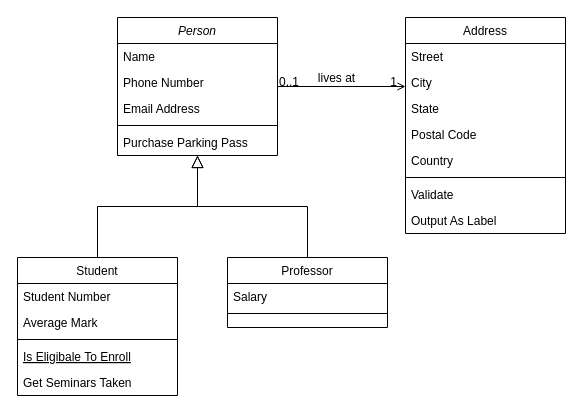
Earlier version of the draw.io diagram bank class .drawio (abdullahkbc/Python-Examples). Source tidied: cells renumbered, new cells numbered last; positions are measured from the earlier drawing's top-left corner, leaving out a move shared by most shapes. Both pictures are drawn from the tidied source at 100%, with x=0, y=0 at pixel (17, 17).
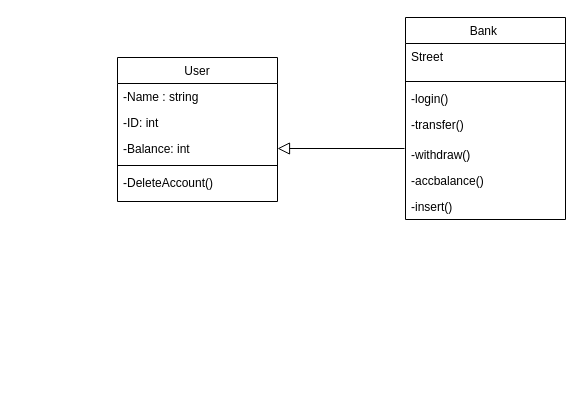
Above is the later version.

Change to the diagram source:
```diff
@@
-    <mxCell id="2" value="Person" style="swimlane;fontStyle=2;align=center;verticalAlign=top;horizontal=1;startSize=26;rounded=0;shadow=0;strokeWidth=1;" parent="1" vertex="1">
-      <mxGeometry x="100" width="160" height="138" as="geometry" />
+    <mxCell id="2" value="User" style="swimlane;fontStyle=0;align=center;verticalAlign=top;horizontal=1;startSize=26;rounded=0;shadow=0;strokeWidth=1;" parent="1" vertex="1">
+      <mxGeometry x="100" y="40" width="160" height="144" as="geometry" />
     </mxCell>
-    <mxCell id="3" value="Name" style="text;align=left;verticalAlign=top;spacingLeft=4;spacingRight=4;overflow=hidden;" parent="2" vertex="1">
+    <mxCell id="3" value="-Name : string" style="text;align=left;verticalAlign=top;spacingLeft=4;spacingRight=4;overflow=hidden;" parent="2" vertex="1">
       <mxGeometry y="26" width="160" height="26" as="geometry" />
     </mxCell>
-    <mxCell id="4" value="Phone Number" style="text;align=left;verticalAlign=top;spacingLeft=4;spacingRight=4;overflow=hidden;rounded=0;shadow=0;html=0;" parent="2" vertex="1">
+    <mxCell id="4" value="-ID: int " style="text;align=left;verticalAlign=top;spacingLeft=4;spacingRight=4;overflow=hidden;rounded=0;shadow=0;html=0;" parent="2" vertex="1">
       <mxGeometry y="52" width="160" height="26" as="geometry" />
     </mxCell>
-    <mxCell id="5" value="Email Address" style="text;align=left;verticalAlign=top;spacingLeft=4;spacingRight=4;overflow=hidden;rounded=0;shadow=0;html=0;" parent="2" vertex="1">
+    <mxCell id="5" value="-Balance: int" style="text;align=left;verticalAlign=top;spacingLeft=4;spacingRight=4;overflow=hidden;rounded=0;shadow=0;html=0;" parent="2" vertex="1">
       <mxGeometry y="78" width="160" height="26" as="geometry" />
     </mxCell>
@@
-    <mxCell id="7" value="Purchase Parking Pass" style="text;align=left;verticalAlign=top;spacingLeft=4;spacingRight=4;overflow=hidden;" parent="2" vertex="1">
+    <mxCell id="7" value="-DeleteAccount()" style="text;align=left;verticalAlign=top;spacingLeft=4;spacingRight=4;overflow=hidden;" parent="2" vertex="1">
       <mxGeometry y="112" width="160" height="26" as="geometry" />
     </mxCell>
-    <mxCell id="8" value="Student" style="swimlane;fontStyle=0;align=center;verticalAlign=top;horizontal=1;startSize=26;rounded=0;shadow=0;strokeWidth=1;" parent="1" vertex="1">
-      <mxGeometry y="240" width="160" height="138" as="geometry" />
-    </mxCell>
-    <mxCell id="9" value="Student Number" style="text;align=left;verticalAlign=top;spacingLeft=4;spacingRight=4;overflow=hidden;" parent="8" vertex="1">
-      <mxGeometry y="26" width="160" height="26" as="geometry" />
-    </mxCell>
-    <mxCell id="10" value="Average Mark" style="text;align=left;verticalAlign=top;spacingLeft=4;spacingRight=4;overflow=hidden;rounded=0;shadow=0;html=0;" parent="8" vertex="1">
-      <mxGeometry y="52" width="160" height="26" as="geometry" />
-    </mxCell>
-    <mxCell id="11" style="line;html=1;strokeWidth=1;align=left;verticalAlign=middle;spacingTop=-1;spacingLeft=3;spacingRight=3;labelPosition=right;" parent="8" vertex="1">
-      <mxGeometry y="78" width="160" height="8" as="geometry" />
-    </mxCell>
-    <mxCell id="12" value="Is Eligibale To Enroll" style="text;align=left;verticalAlign=top;spacingLeft=4;spacingRight=4;overflow=hidden;fontStyle=4;" parent="8" vertex="1">
-      <mxGeometry y="86" width="160" height="26" as="geometry" />
-    </mxCell>
-    <mxCell id="13" value="Get Seminars Taken" style="text;align=left;verticalAlign=top;spacingLeft=4;spacingRight=4;overflow=hidden;" parent="8" vertex="1">
-      <mxGeometry y="112" width="160" height="26" as="geometry" />
-    </mxCell>
-    <mxCell id="14" style="endArrow=block;endSize=10;endFill=0;shadow=0;strokeWidth=1;rounded=0;edgeStyle=elbowEdgeStyle;elbow=vertical;" parent="1" edge="1" source="8" target="2">
-      <mxGeometry relative="1" as="geometry" />
-    </mxCell>
-    <mxCell id="15" value="Professor" style="swimlane;fontStyle=0;align=center;verticalAlign=top;horizontal=1;startSize=26;rounded=0;shadow=0;strokeWidth=1;" parent="1" vertex="1">
-      <mxGeometry x="210" y="240" width="160" height="70" as="geometry" />
-    </mxCell>
-    <mxCell id="16" value="Salary" style="text;align=left;verticalAlign=top;spacingLeft=4;spacingRight=4;overflow=hidden;" parent="15" vertex="1">
-      <mxGeometry y="26" width="160" height="26" as="geometry" />
-    </mxCell>
-    <mxCell id="17" style="line;html=1;strokeWidth=1;align=left;verticalAlign=middle;spacingTop=-1;spacingLeft=3;spacingRight=3;labelPosition=right;" parent="15" vertex="1">
-      <mxGeometry y="52" width="160" height="8" as="geometry" />
-    </mxCell>
-    <mxCell id="18" style="endArrow=block;endSize=10;endFill=0;shadow=0;strokeWidth=1;rounded=0;edgeStyle=elbowEdgeStyle;elbow=vertical;" parent="1" edge="1" source="15" target="2">
-      <mxGeometry relative="1" as="geometry" />
+    <mxCell id="18" style="endArrow=block;endSize=10;endFill=0;shadow=0;strokeWidth=1;rounded=0;edgeStyle=elbowEdgeStyle;elbow=vertical;exitX=-0.006;exitY=0.038;exitDx=0;exitDy=0;exitPerimeter=0;" parent="1" edge="1" target="2">
+      <mxGeometry relative="1" as="geometry">
+        <mxPoint x="387" y="131" as="sourcePoint" />
+      </mxGeometry>
     </mxCell>
-    <mxCell id="19" value="Address" style="swimlane;fontStyle=0;align=center;verticalAlign=top;horizontal=1;startSize=26;rounded=0;shadow=0;strokeWidth=1;" parent="1" vertex="1">
-      <mxGeometry x="388" width="160" height="216" as="geometry" />
+    <mxCell id="19" value="Bank " style="swimlane;fontStyle=0;align=center;verticalAlign=top;horizontal=1;startSize=26;rounded=0;shadow=0;strokeWidth=1;" parent="1" vertex="1">
+      <mxGeometry x="388" width="160" height="202" as="geometry" />
     </mxCell>
     <mxCell id="20" value="Street" style="text;align=left;verticalAlign=top;spacingLeft=4;spacingRight=4;overflow=hidden;" parent="19" vertex="1">
-      <mxGeometry y="26" width="160" height="26" as="geometry" />
+      <mxGeometry y="26" width="160" height="34" as="geometry" />
     </mxCell>
-    <mxCell id="21" value="City" style="text;align=left;verticalAlign=top;spacingLeft=4;spacingRight=4;overflow=hidden;rounded=0;shadow=0;html=0;" parent="19" vertex="1">
-      <mxGeometry y="52" width="160" height="26" as="geometry" />
-    </mxCell>
-    <mxCell id="22" value="State" style="text;align=left;verticalAlign=top;spacingLeft=4;spacingRight=4;overflow=hidden;rounded=0;shadow=0;html=0;" parent="19" vertex="1">
-      <mxGeometry y="78" width="160" height="26" as="geometry" />
-    </mxCell>
-    <mxCell id="23" value="Postal Code" style="text;align=left;verticalAlign=top;spacingLeft=4;spacingRight=4;overflow=hidden;rounded=0;shadow=0;html=0;" parent="19" vertex="1">
-      <mxGeometry y="104" width="160" height="26" as="geometry" />
-    </mxCell>
-    <mxCell id="24" value="Country" style="text;align=left;verticalAlign=top;spacingLeft=4;spacingRight=4;overflow=hidden;rounded=0;shadow=0;html=0;" parent="19" vertex="1">
-      <mxGeometry y="130" width="160" height="26" as="geometry" />
-    </mxCell>
     <mxCell id="25" style="line;html=1;strokeWidth=1;align=left;verticalAlign=middle;spacingTop=-1;spacingLeft=3;spacingRight=3;labelPosition=right;" parent="19" vertex="1">
-      <mxGeometry y="156" width="160" height="8" as="geometry" />
+      <mxGeometry y="60" width="160" height="8" as="geometry" />
     </mxCell>
-    <mxCell id="26" value="Validate" style="text;align=left;verticalAlign=top;spacingLeft=4;spacingRight=4;overflow=hidden;" parent="19" vertex="1">
-      <mxGeometry y="164" width="160" height="26" as="geometry" />
+    <mxCell id="26" value="-login()" style="text;align=left;verticalAlign=top;spacingLeft=4;spacingRight=4;overflow=hidden;" parent="19" vertex="1">
+      <mxGeometry y="68" width="160" height="26" as="geometry" />
     </mxCell>
-    <mxCell id="27" value="Output As Label" style="text;align=left;verticalAlign=top;spacingLeft=4;spacingRight=4;overflow=hidden;" parent="19" vertex="1">
-      <mxGeometry y="190" width="160" height="26" as="geometry" />
+    <mxCell id="27" value="-transfer()&#10;" style="text;align=left;verticalAlign=top;spacingLeft=4;spacingRight=4;overflow=hidden;" parent="19" vertex="1">
+      <mxGeometry y="94" width="160" height="30" as="geometry" />
     </mxCell>
-    <mxCell id="28" style="endArrow=open;shadow=0;strokeWidth=1;rounded=0;endFill=1;edgeStyle=elbowEdgeStyle;elbow=vertical;" parent="1" edge="1" source="2" target="19">
-      <mxGeometry x="0.5" y="41" relative="1" as="geometry">
-        <mxPoint x="-40" y="32" as="offset" />
-      </mxGeometry>
-    </mxCell>
-    <mxCell id="29" value="0..1" style="align=left;verticalAlign=bottom;labelBackgroundColor=none;fontSize=12;" parent="28" vertex="1">
-      <mxGeometry x="-1" relative="1" as="geometry">
-        <mxPoint y="4" as="offset" />
-      </mxGeometry>
-    </mxCell>
-    <mxCell id="30" value="1" style="align=right;verticalAlign=bottom;labelBackgroundColor=none;fontSize=12;" parent="28" vertex="1">
-      <mxGeometry x="1" relative="1" as="geometry">
-        <mxPoint x="-7" y="4" as="offset" />
-      </mxGeometry>
-    </mxCell>
-    <mxCell id="31" value="lives at" style="text;html=1;align=center;verticalAlign=middle;labelBackgroundColor=none;rounded=0;shadow=0;strokeWidth=1;fontSize=12;" parent="28" vertex="1">
-      <mxGeometry x="0.5" y="49" relative="1" as="geometry">
-        <mxPoint x="-38" y="40" as="offset" />
-      </mxGeometry>
-    </mxCell>
+    <mxCell id="32" value="-withdraw()" style="text;align=left;verticalAlign=top;spacingLeft=4;spacingRight=4;overflow=hidden;" parent="19" vertex="1">
+      <mxGeometry y="124" width="160" height="26" as="geometry" />
+    </mxCell>
+    <mxCell id="33" value="-accbalance()" style="text;align=left;verticalAlign=top;spacingLeft=4;spacingRight=4;overflow=hidden;" parent="19" vertex="1">
+      <mxGeometry y="150" width="160" height="26" as="geometry" />
+    </mxCell>
+    <mxCell id="34" value="-insert()" style="text;align=left;verticalAlign=top;spacingLeft=4;spacingRight=4;overflow=hidden;" parent="19" vertex="1">
+      <mxGeometry y="176" width="160" height="26" as="geometry" />
+    </mxCell>
```
